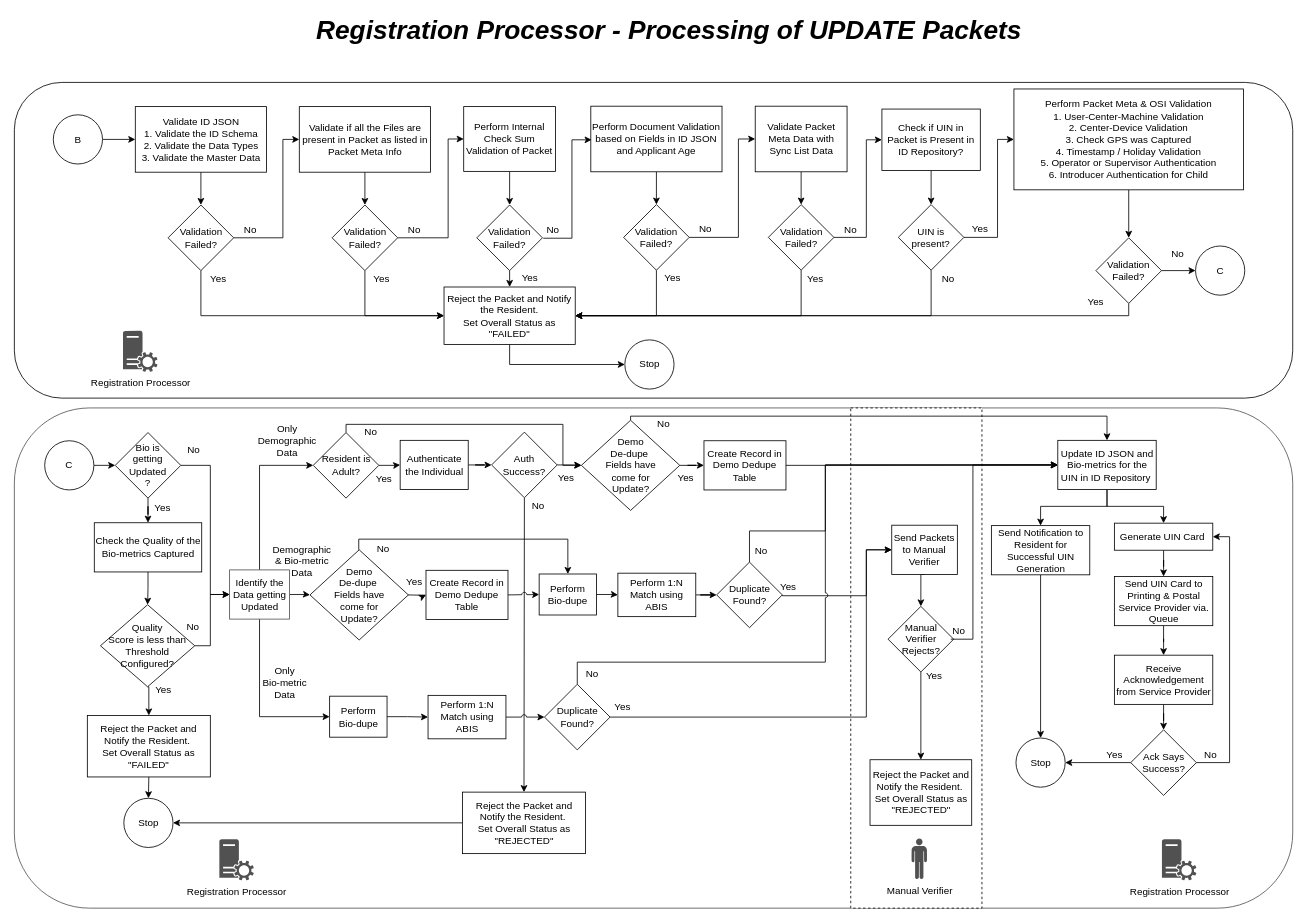
Above: page "RP - Update Packet Processing" (3 of 5) of docs/requirements/FinalProcessFlows/MOSIP_Process Flow 1.19 Reg Processor.drawio in mosip/registration-client (draw.io), before the change. Source tidied: cells renumbered, new cells numbered last; positions are measured from the earlier drawing's top-left corner, leaving out a move shared by most shapes. Both pictures are drawn from the tidied source at 82%, with x=0, y=0 at pixel (14, 14).
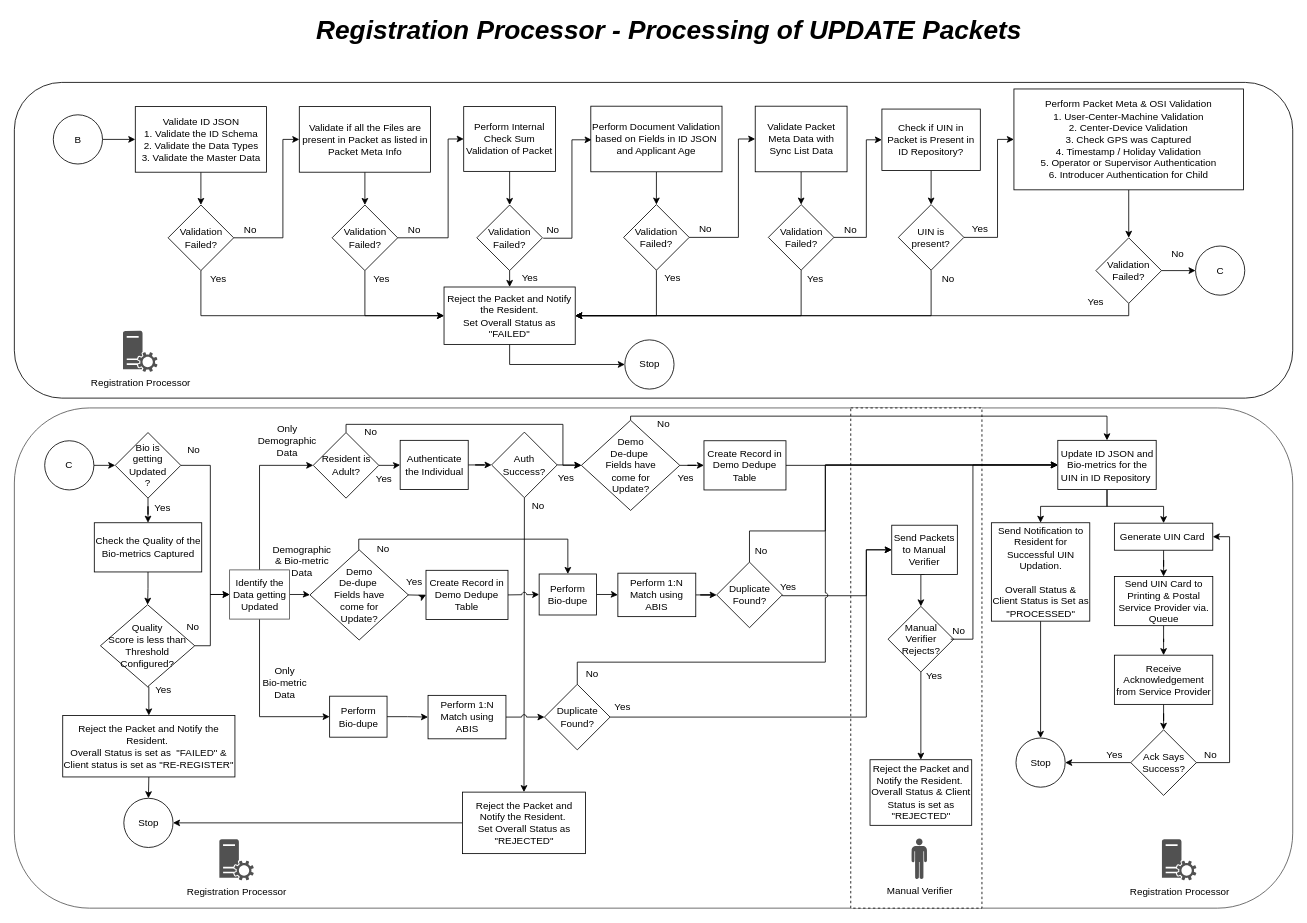
The same page after the edit.

Change to the diagram source:
```diff
@@
-    <mxCell id="66" value="&lt;span&gt;Reject the Packet and Notify the Resident.&amp;nbsp;&lt;/span&gt;&lt;br&gt;&lt;span&gt;Set Overall Status as &quot;REJECTED&quot;&lt;/span&gt;" style="rounded=0;whiteSpace=wrap;html=1;" parent="1" vertex="1">
+    <mxCell id="66" value="&lt;span&gt;Reject the Packet and Notify the Resident.&amp;nbsp;&lt;/span&gt;&lt;br&gt;&lt;span&gt;Overall Status &amp;amp; Client Status is set as &quot;REJECTED&quot;&lt;/span&gt;" style="rounded=0;whiteSpace=wrap;html=1;" parent="1" vertex="1">
       <mxGeometry x="1043.5" y="909" width="124" height="80" as="geometry" />
     </mxCell>
@@
-    <mxCell id="74" value="&lt;span&gt;Reject the Packet and Notify the Resident.&amp;nbsp;&lt;/span&gt;&lt;br&gt;&lt;span&gt;Set Overall Status as &quot;FAILED&quot;&lt;/span&gt;" style="rounded=0;whiteSpace=wrap;html=1;" parent="1" vertex="1">
-      <mxGeometry x="89" y="855" width="150" height="75" as="geometry" />
+    <mxCell id="74" value="&lt;span&gt;Reject the Packet and Notify the Resident.&amp;nbsp;&lt;/span&gt;&lt;br&gt;&lt;span&gt;Overall Status is set as&amp;nbsp; &quot;FAILED&quot; &amp;amp; Client status is set as &quot;RE-REGISTER&quot;&lt;/span&gt;" style="rounded=0;whiteSpace=wrap;html=1;" parent="1" vertex="1">
+      <mxGeometry x="59" y="855" width="210" height="75" as="geometry" />
     </mxCell>
@@
-    <mxCell id="121" value="Send Notification to Resident for Successful UIN Generation" style="rounded=0;whiteSpace=wrap;html=1;" parent="1" vertex="1">
-      <mxGeometry x="1191.5" y="623.5" width="120" height="60" as="geometry" />
+    <mxCell id="121" value="Send Notification to Resident for Successful UIN Updation.&lt;br&gt;&lt;br&gt;Overall Status &amp;amp; Client Status is Set as &quot;PROCESSED&quot;&lt;br&gt;" style="rounded=0;whiteSpace=wrap;html=1;" parent="1" vertex="1">
+      <mxGeometry x="1191.5" y="620" width="120" height="120" as="geometry" />
     </mxCell>
```
